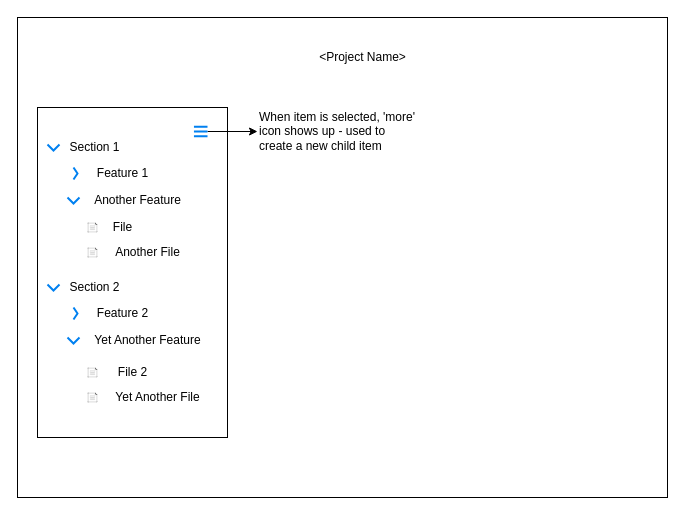
Above: page "Wireframes" (1 of 2) of packages/flutter/apps/adventuring/tech_world/docs/design/projects/project-details.dio in enspyrco/monorepo (draw.io), before the change. Source tidied: cells renumbered, new cells numbered last; positions are measured from the earlier drawing's top-left corner, leaving out a move shared by most shapes. Both pictures are drawn from the tidied source at 100%, with x=0, y=0 at pixel (17, 17).
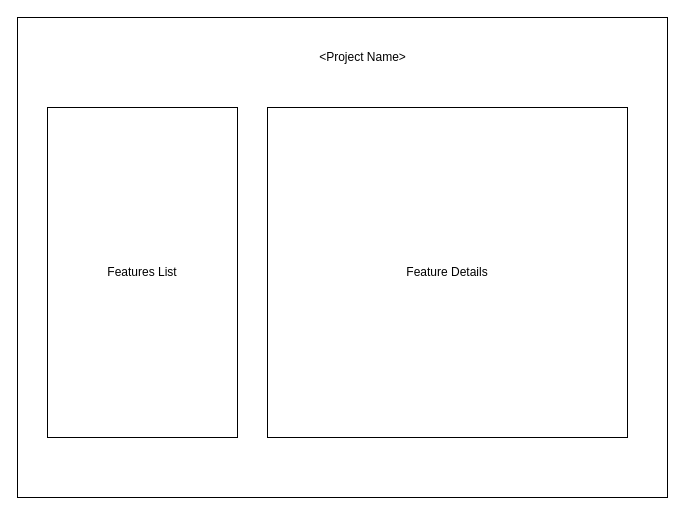
The same page after the edit.

Change to the diagram source:
```diff
@@
-    <mxCell id="3" style="verticalLabelPosition=bottom;html=1;verticalAlign=top;align=center;strokeColor=rgb(240, 240, 240);fillColor=rgb(42, 42, 42);shape=mxgraph.azure.wadcfg_diagnostics_file;fontFamily=Helvetica;fontSize=12;fontColor=rgb(240, 240, 240);" parent="1" vertex="1">
-      <mxGeometry x="70" y="200" width="10" height="10" as="geometry" />
-    </mxCell>
@@
-    <mxCell id="5" style="whiteSpace=wrap;html=1;" parent="1" vertex="1">
-      <mxGeometry x="20" y="90" width="190" height="330" as="geometry" />
+    <mxCell id="5" value="Features List" style="whiteSpace=wrap;html=1;" parent="1" vertex="1">
+      <mxGeometry x="30" y="90" width="190" height="330" as="geometry" />
     </mxCell>
-    <mxCell id="6" style="html=1;verticalLabelPosition=bottom;labelBackgroundColor=#ffffff;verticalAlign=top;shadow=0;dashed=0;strokeWidth=2;shape=mxgraph.ios7.misc.down;strokeColor=#0080f0;" parent="1" vertex="1">
-      <mxGeometry x="30" y="127" width="12" height="6" as="geometry" />
-    </mxCell>
-    <mxCell id="7" style="html=1;verticalLabelPosition=bottom;labelBackgroundColor=#ffffff;verticalAlign=top;shadow=0;dashed=0;strokeWidth=2;shape=mxgraph.ios7.misc.right;strokeColor=#0080f0;" parent="1" vertex="1">
-      <mxGeometry x="56" y="150" width="4" height="12" as="geometry" />
-    </mxCell>
-    <mxCell id="8" value="Section 1" style="text;html=1;align=center;verticalAlign=middle;strokeColor=none;fillColor=none;" parent="1" vertex="1">
-      <mxGeometry x="42" y="120" width="70" height="20" as="geometry" />
-    </mxCell>
-    <mxCell id="9" value="Feature 1" style="text;html=1;align=center;verticalAlign=middle;strokeColor=none;fillColor=none;" parent="1" vertex="1">
-      <mxGeometry x="70" y="146" width="70" height="20" as="geometry" />
-    </mxCell>
-    <mxCell id="10" style="html=1;verticalLabelPosition=bottom;labelBackgroundColor=#ffffff;verticalAlign=top;shadow=0;dashed=0;strokeWidth=2;shape=mxgraph.ios7.misc.down;strokeColor=#0080f0;" parent="1" vertex="1">
-      <mxGeometry x="50" y="180" width="12" height="6" as="geometry" />
-    </mxCell>
-    <mxCell id="11" value="Another Feature" style="text;html=1;align=center;verticalAlign=middle;strokeColor=none;fillColor=none;" parent="1" vertex="1">
-      <mxGeometry x="70" y="173" width="100" height="20" as="geometry" />
-    </mxCell>
-    <mxCell id="12" style="verticalLabelPosition=bottom;html=1;verticalAlign=top;align=center;strokeColor=rgb(240, 240, 240);fillColor=rgb(42, 42, 42);shape=mxgraph.azure.wadcfg_diagnostics_file;fontFamily=Helvetica;fontSize=12;fontColor=rgb(240, 240, 240);" parent="1" vertex="1">
-      <mxGeometry x="70" y="205" width="10" height="10" as="geometry" />
-    </mxCell>
-    <mxCell id="13" style="verticalLabelPosition=bottom;html=1;verticalAlign=top;align=center;strokeColor=rgb(240, 240, 240);fillColor=rgb(42, 42, 42);shape=mxgraph.azure.wadcfg_diagnostics_file;fontFamily=Helvetica;fontSize=12;fontColor=rgb(240, 240, 240);" parent="1" vertex="1">
-      <mxGeometry x="70" y="230" width="10" height="10" as="geometry" />
-    </mxCell>
-    <mxCell id="14" value="File" style="text;html=1;align=center;verticalAlign=middle;strokeColor=none;fillColor=none;" parent="1" vertex="1">
-      <mxGeometry x="90" y="200" width="30" height="20" as="geometry" />
-    </mxCell>
-    <mxCell id="15" value="Another File" style="text;html=1;align=center;verticalAlign=middle;strokeColor=none;fillColor=none;" parent="1" vertex="1">
-      <mxGeometry x="90" y="225" width="80" height="20" as="geometry" />
-    </mxCell>
-    <mxCell id="16" style="html=1;verticalLabelPosition=bottom;labelBackgroundColor=#ffffff;verticalAlign=top;shadow=0;dashed=0;strokeWidth=2;shape=mxgraph.ios7.misc.down;strokeColor=#0080f0;" parent="1" vertex="1">
-      <mxGeometry x="30" y="267" width="12" height="6" as="geometry" />
-    </mxCell>
-    <mxCell id="17" style="html=1;verticalLabelPosition=bottom;labelBackgroundColor=#ffffff;verticalAlign=top;shadow=0;dashed=0;strokeWidth=2;shape=mxgraph.ios7.misc.right;strokeColor=#0080f0;" parent="1" vertex="1">
-      <mxGeometry x="56" y="290" width="4" height="12" as="geometry" />
-    </mxCell>
-    <mxCell id="18" value="Section 2" style="text;html=1;align=center;verticalAlign=middle;strokeColor=none;fillColor=none;" parent="1" vertex="1">
-      <mxGeometry x="42" y="260" width="70" height="20" as="geometry" />
-    </mxCell>
-    <mxCell id="19" value="Feature 2" style="text;html=1;align=center;verticalAlign=middle;strokeColor=none;fillColor=none;" parent="1" vertex="1">
-      <mxGeometry x="70" y="286" width="70" height="20" as="geometry" />
-    </mxCell>
-    <mxCell id="20" style="html=1;verticalLabelPosition=bottom;labelBackgroundColor=#ffffff;verticalAlign=top;shadow=0;dashed=0;strokeWidth=2;shape=mxgraph.ios7.misc.down;strokeColor=#0080f0;" parent="1" vertex="1">
-      <mxGeometry x="50" y="320" width="12" height="6" as="geometry" />
-    </mxCell>
-    <mxCell id="21" value="Yet Another Feature" style="text;html=1;align=center;verticalAlign=middle;strokeColor=none;fillColor=none;" parent="1" vertex="1">
-      <mxGeometry x="70" y="313" width="120" height="20" as="geometry" />
-    </mxCell>
-    <mxCell id="22" style="verticalLabelPosition=bottom;html=1;verticalAlign=top;align=center;strokeColor=rgb(240, 240, 240);fillColor=rgb(42, 42, 42);shape=mxgraph.azure.wadcfg_diagnostics_file;fontFamily=Helvetica;fontSize=12;fontColor=rgb(240, 240, 240);" parent="1" vertex="1">
-      <mxGeometry x="70" y="350" width="10" height="10" as="geometry" />
-    </mxCell>
-    <mxCell id="23" style="verticalLabelPosition=bottom;html=1;verticalAlign=top;align=center;strokeColor=rgb(240, 240, 240);fillColor=rgb(42, 42, 42);shape=mxgraph.azure.wadcfg_diagnostics_file;fontFamily=Helvetica;fontSize=12;fontColor=rgb(240, 240, 240);" parent="1" vertex="1">
-      <mxGeometry x="70" y="375" width="10" height="10" as="geometry" />
-    </mxCell>
-    <mxCell id="24" value="File 2" style="text;html=1;align=center;verticalAlign=middle;strokeColor=none;fillColor=none;" parent="1" vertex="1">
-      <mxGeometry x="95" y="345" width="40" height="20" as="geometry" />
-    </mxCell>
-    <mxCell id="25" value="Yet Another File" style="text;html=1;align=center;verticalAlign=middle;strokeColor=none;fillColor=none;" parent="1" vertex="1">
-      <mxGeometry x="90" y="370" width="100" height="20" as="geometry" />
-    </mxCell>
-    <mxCell id="26" style="edgeStyle=none;html=1;" parent="1" edge="1" source="27" target="28">
-      <mxGeometry relative="1" as="geometry" />
-    </mxCell>
-    <mxCell id="27" style="html=1;verticalLabelPosition=bottom;align=center;labelBackgroundColor=#ffffff;verticalAlign=top;strokeWidth=2;strokeColor=#0080F0;shadow=0;dashed=0;shape=mxgraph.ios7.icons.most_viewed;" parent="1" vertex="1">
-      <mxGeometry x="171.8" y="108" width="18.2" height="12" as="geometry" />
-    </mxCell>
-    <mxCell id="28" value="When item is selected, 'more'&lt;br&gt;icon shows up - used to&lt;br&gt;create a new child item" style="text;html=1;align=left;verticalAlign=middle;points=[];strokeColor=none;fillColor=none;" parent="1" vertex="1">
-      <mxGeometry x="240" y="89" width="170" height="50" as="geometry" />
-    </mxCell>
+    <mxCell id="29" value="Feature Details" style="whiteSpace=wrap;html=1;" parent="1" vertex="1">
+      <mxGeometry x="250" y="90" width="360" height="330" as="geometry" />
+    </mxCell>
```
